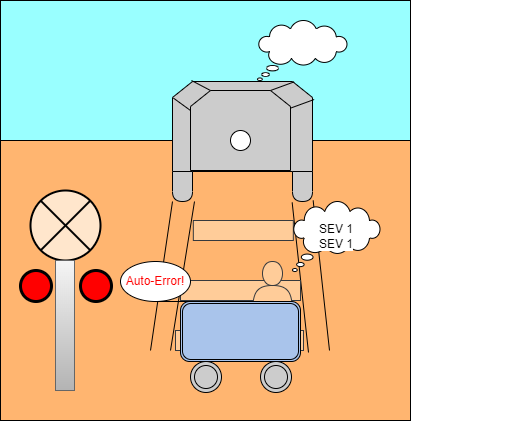
architecture-first/boa-showcase keeps this draw.io diagram as docs/programming/images/Concepts/boa-general-documentation-Concepts-Robustness-Train.drawio.png. Above is the earlier version. Source tidied: cells renumbered, new cells last; positions are measured from the earlier drawing's top-left corner, leaving out a move shared by most shapes.
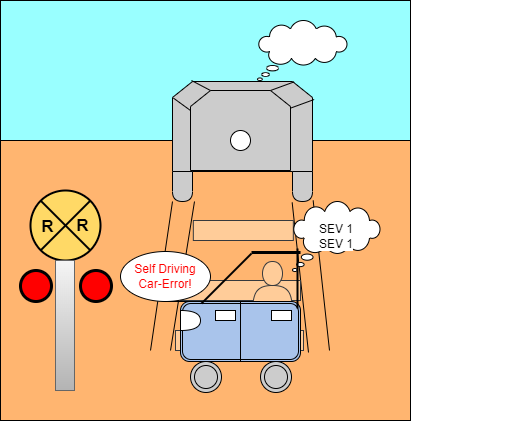
After the change.

Commit message:
updated Overview and Concepts docs

The edit, as a diff of the source:
```diff
@@ -102,16 +102,34 @@
     <mxCell id="27" value="&lt;font color=&quot;#000000&quot;&gt;SEV 1&lt;br&gt;SEV 1&lt;/font&gt;" style="whiteSpace=wrap;html=1;shape=mxgraph.basic.cloud_callout;labelBackgroundColor=#FFFFFF;fontSize=12;fontColor=#0000FF;strokeWidth=1;fillColor=#FFFFFF;" parent="22" vertex="1">
       <mxGeometry x="172" width="88" height="70" as="geometry" />
     </mxCell>
-    <mxCell id="28" value="&lt;font color=&quot;#ff0000&quot;&gt;Auto-Error!&lt;/font&gt;" style="shape=tapeData;whiteSpace=wrap;html=1;perimeter=ellipsePerimeter;labelBackgroundColor=#FFFFFF;fontSize=12;fontColor=#000000;strokeWidth=1;fillColor=#FFFFFF;" parent="22" vertex="1">
-      <mxGeometry y="60" width="70" height="40" as="geometry" />
+    <mxCell id="28" value="&lt;font color=&quot;#ff0000&quot;&gt;Self Driving&lt;br&gt;Car-Error!&lt;/font&gt;" style="shape=tapeData;whiteSpace=wrap;html=1;perimeter=ellipsePerimeter;labelBackgroundColor=#FFFFFF;fontSize=12;fontColor=#000000;strokeWidth=1;fillColor=#FFFFFF;" parent="22" vertex="1">
+      <mxGeometry y="50" width="90" height="50" as="geometry" />
     </mxCell>
+    <mxCell id="35" style="shape=or;whiteSpace=wrap;html=1;" parent="22" vertex="1">
+      <mxGeometry x="60" y="109" width="20" height="20" as="geometry" />
+    </mxCell>
+    <mxCell id="36" style="endArrow=none;html=1;rounded=0;exitX=0.5;exitY=1;exitDx=0;exitDy=0;entryX=0.5;entryY=0;entryDx=0;entryDy=0;" parent="22" edge="1" source="26" target="26">
+      <mxGeometry relative="1" as="geometry" />
+    </mxCell>
+    <mxCell id="37" style="rounded=0;whiteSpace=wrap;html=1;" parent="22" vertex="1">
+      <mxGeometry x="151" y="109" width="20" height="10" as="geometry" />
+    </mxCell>
+    <mxCell id="38" style="rounded=0;whiteSpace=wrap;html=1;" parent="22" vertex="1">
+      <mxGeometry x="95" y="109" width="20" height="10" as="geometry" />
+    </mxCell>
+    <mxCell id="39" style="endArrow=none;html=1;rounded=0;strokeWidth=3;" parent="22" edge="1">
+      <mxGeometry relative="1" as="geometry">
+        <mxPoint x="131" y="51" as="sourcePoint" />
+        <mxPoint x="180" y="51" as="targetPoint" />
+      </mxGeometry>
+    </mxCell>
     <mxCell id="29" style="whiteSpace=wrap;html=1;shape=mxgraph.basic.cloud_callout;labelBackgroundColor=#FFFFFF;fontSize=12;fontColor=#FF0000;strokeWidth=1;fillColor=#FFFFFF;" parent="1" vertex="1">
       <mxGeometry x="257" y="20" width="90" height="60" as="geometry" />
     </mxCell>
     <mxCell id="30" style="group;" parent="1" vertex="1">
       <mxGeometry x="20" y="190" width="91" height="200" as="geometry" />
     </mxCell>
-    <mxCell id="31" style="verticalLabelPosition=bottom;verticalAlign=top;html=1;shape=mxgraph.flowchart.or;labelBackgroundColor=#FFFFFF;fontSize=12;strokeWidth=2;fillColor=#ffe6cc;strokeColor=#000000;" parent="30" vertex="1">
+    <mxCell id="31" style="verticalLabelPosition=bottom;verticalAlign=top;html=1;shape=mxgraph.flowchart.or;labelBackgroundColor=#FFFFFF;fontSize=12;strokeWidth=2;fillColor=#FFD966;strokeColor=#000000;" parent="30" vertex="1">
       <mxGeometry x="10" width="70" height="70" as="geometry" />
     </mxCell>
     <mxCell id="32" style="ellipse;whiteSpace=wrap;html=1;labelBackgroundColor=#FFFFFF;fontSize=12;fontColor=#FF0000;strokeColor=#000000;strokeWidth=3;fillColor=#FF0000;" parent="30" vertex="1">
@@ -123,5 +141,23 @@
     <mxCell id="34" style="rounded=0;whiteSpace=wrap;html=1;labelBackgroundColor=#FFFFFF;fontSize=12;strokeColor=#666666;strokeWidth=1;fillColor=#f5f5f5;gradientColor=#b3b3b3;" parent="30" vertex="1">
       <mxGeometry x="35" y="70" width="19" height="130" as="geometry" />
     </mxCell>
+    <mxCell id="40" style="endArrow=none;html=1;rounded=0;strokeWidth=2;" parent="1" edge="1">
+      <mxGeometry relative="1" as="geometry">
+        <mxPoint x="201" y="303" as="sourcePoint" />
+        <mxPoint x="251" y="253" as="targetPoint" />
+      </mxGeometry>
+    </mxCell>
+    <mxCell id="41" style="endArrow=none;html=1;rounded=0;strokeWidth=2;" parent="1" edge="1">
+      <mxGeometry relative="1" as="geometry">
+        <mxPoint x="297" y="308" as="sourcePoint" />
+        <mxPoint x="297" y="248" as="targetPoint" />
+      </mxGeometry>
+    </mxCell>
+    <mxCell id="42" value="&lt;b&gt;&lt;font style=&quot;font-size: 17px;&quot;&gt;R&lt;/font&gt;&lt;/b&gt;" style="text;html=1;align=center;verticalAlign=middle;fillColor=none;strokeColor=none;rounded=0;" parent="1" vertex="1">
+      <mxGeometry x="27" y="212" width="40" height="30" as="geometry" />
+    </mxCell>
+    <mxCell id="43" value="&lt;b&gt;&lt;font style=&quot;font-size: 17px;&quot;&gt;R&lt;/font&gt;&lt;/b&gt;" style="text;html=1;align=center;verticalAlign=middle;fillColor=none;strokeColor=none;rounded=0;" parent="1" vertex="1">
+      <mxGeometry x="62" y="211" width="40" height="30" as="geometry" />
+    </mxCell>
   </root>
 </mxGraphModel>
```
